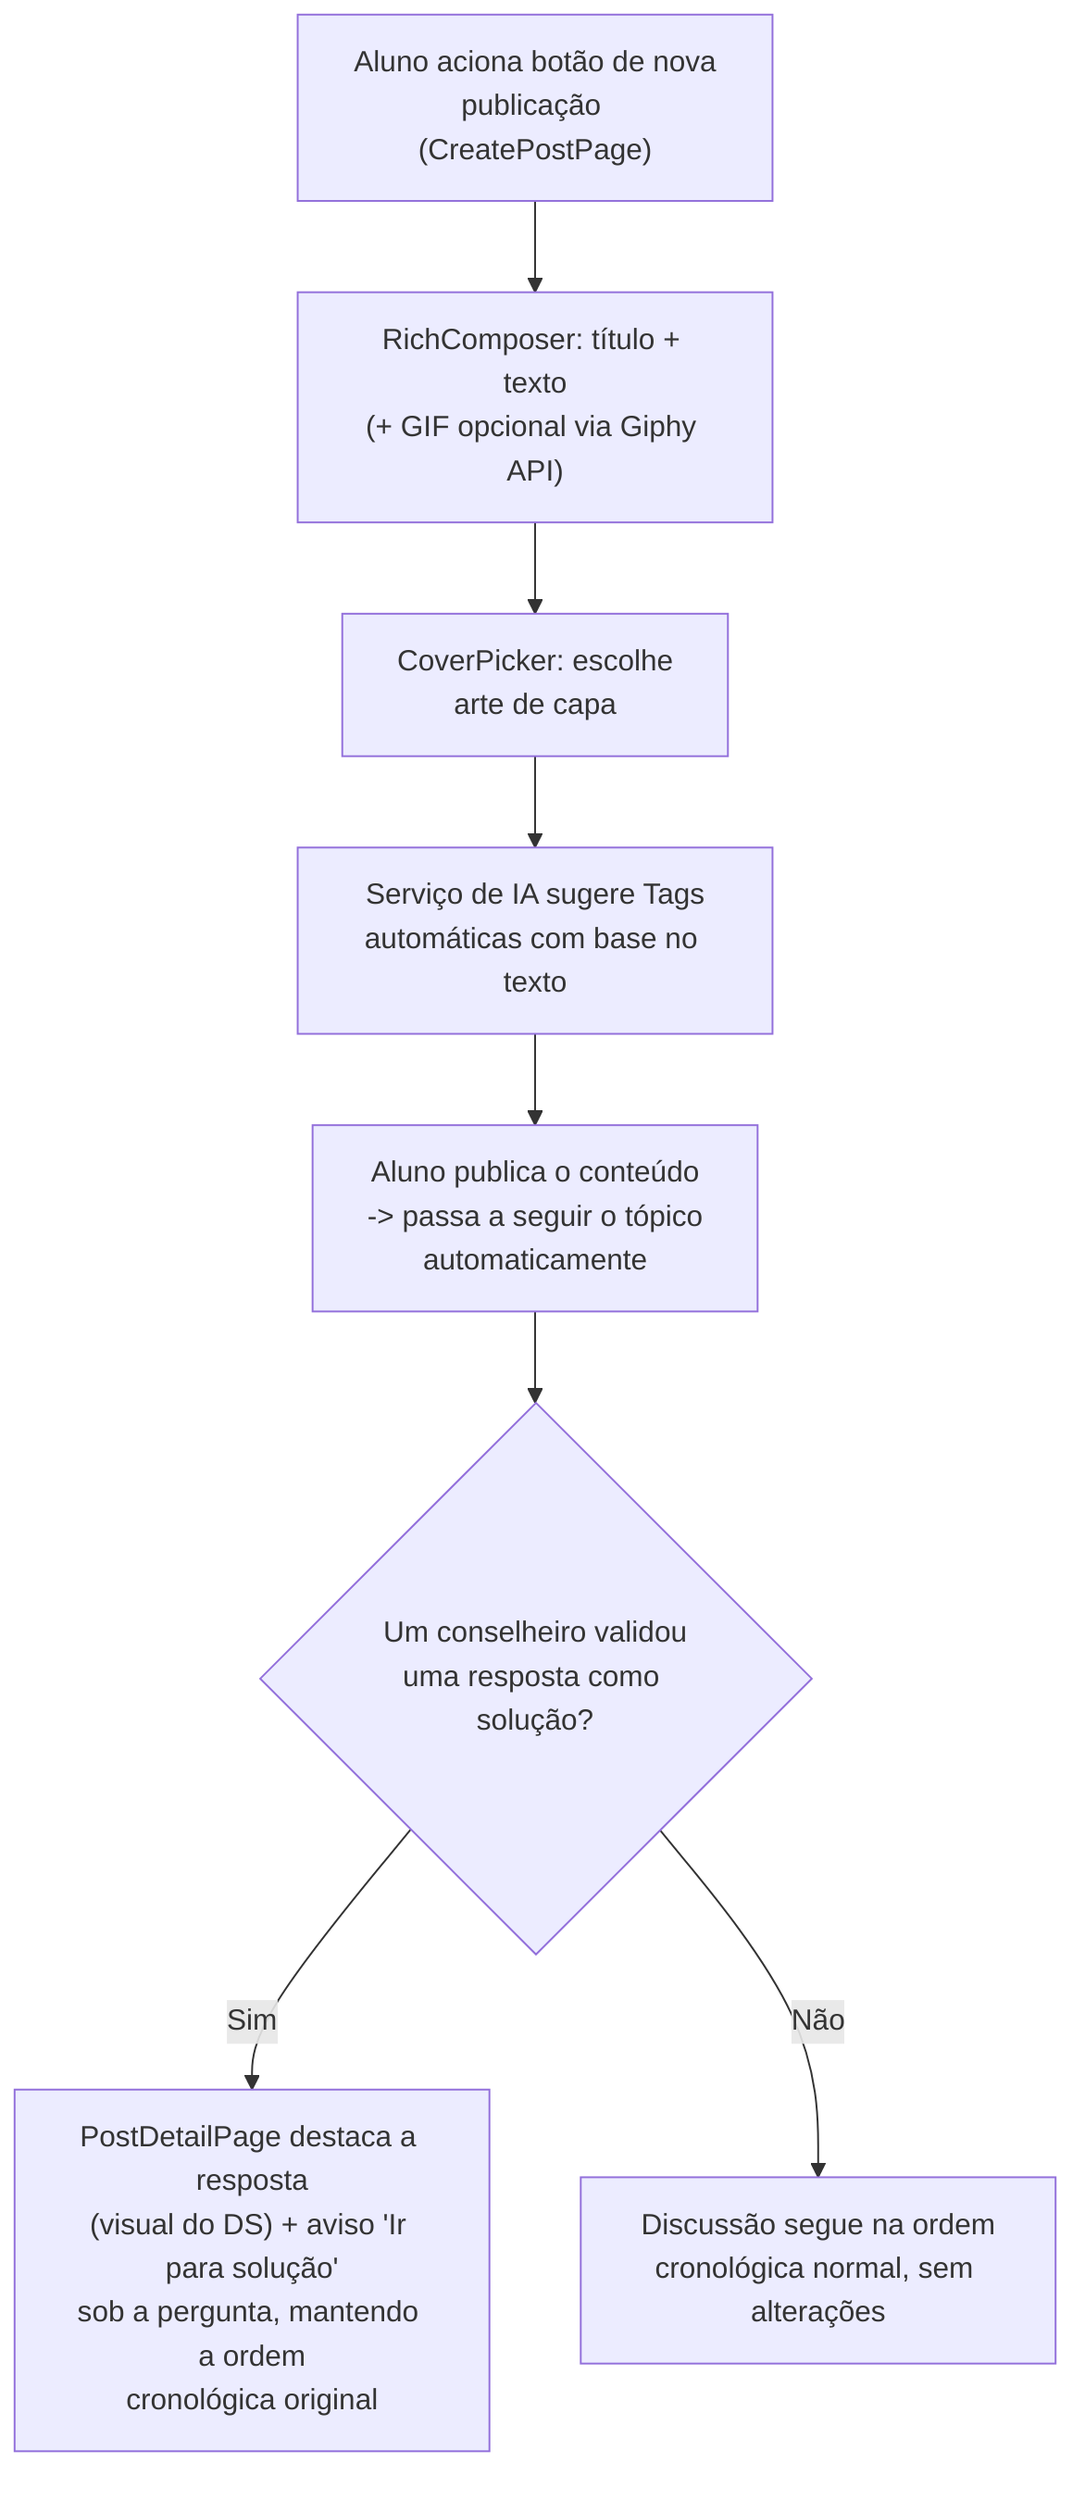
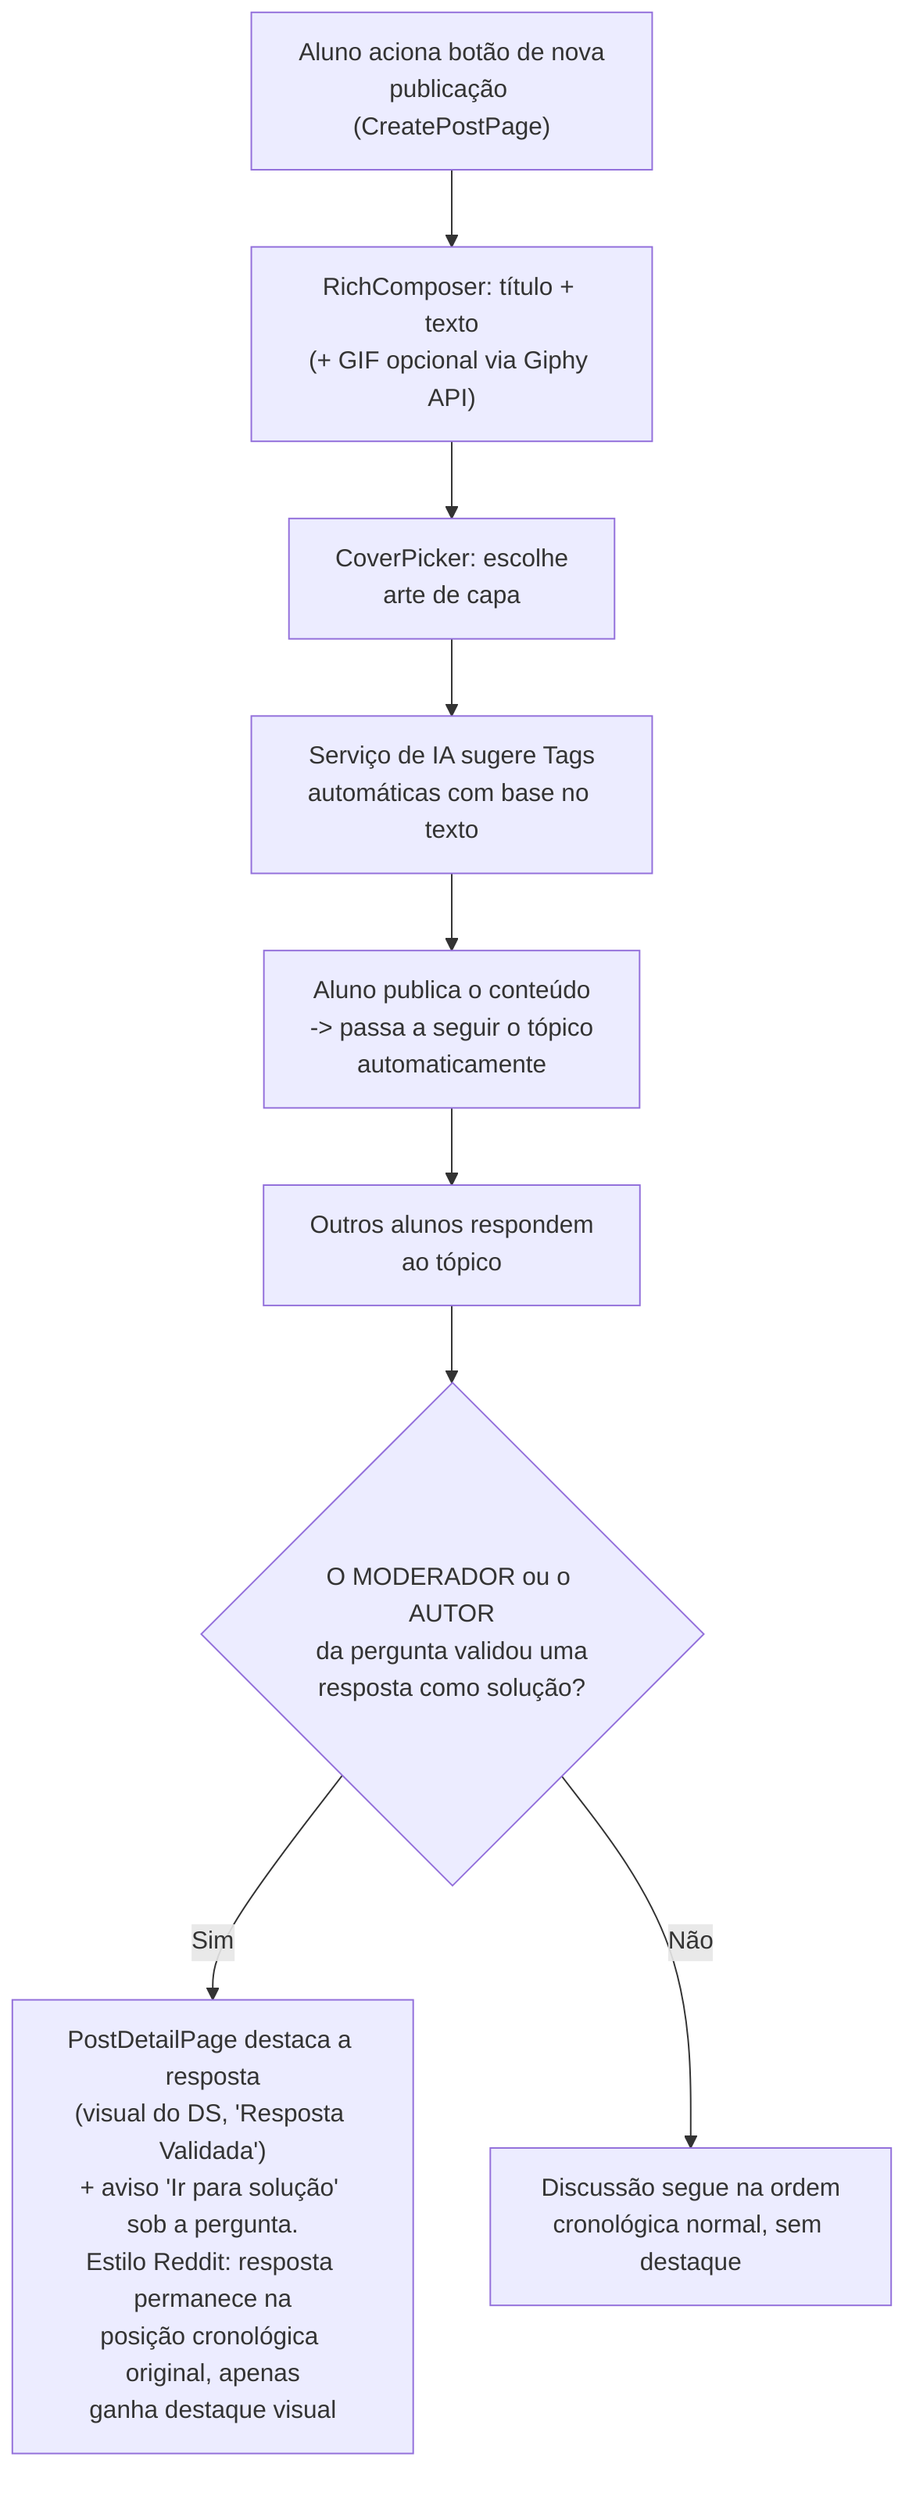
flowchart TD
    A["Aluno aciona botão de nova\npublicação (CreatePostPage)"] --> B["RichComposer: título + texto\n(+ GIF opcional via Giphy API)"]
    B --> C["CoverPicker: escolhe\narte de capa"]
    C --> D["Serviço de IA sugere Tags\nautomáticas com base no texto"]
    D --> E["Aluno publica o conteúdo\n-> passa a seguir o tópico\nautomaticamente"]
-     E --> F{Um conselheiro validou\numa resposta como solução?}
-     F -->|Sim| G["PostDetailPage destaca a resposta\n(visual do DS) + aviso 'Ir para solução'\nsob a pergunta, mantendo a ordem\ncronológica original"]
-     F -->|Não| H["Discussão segue na ordem\ncronológica normal, sem alterações"]
+     E --> F["Outros alunos respondem\nao tópico"]
+     F --> G{"O MODERADOR ou o AUTOR\nda pergunta validou uma\nresposta como solução?"}
+     G -->|Sim| H["PostDetailPage destaca a resposta\n(visual do DS, 'Resposta Validada')\n+ aviso 'Ir para solução' sob a pergunta.\nEstilo Reddit: resposta permanece na\nposição cronológica original, apenas\nganha destaque visual"]
+     G -->|Não| I["Discussão segue na ordem\ncronológica normal, sem destaque"]
